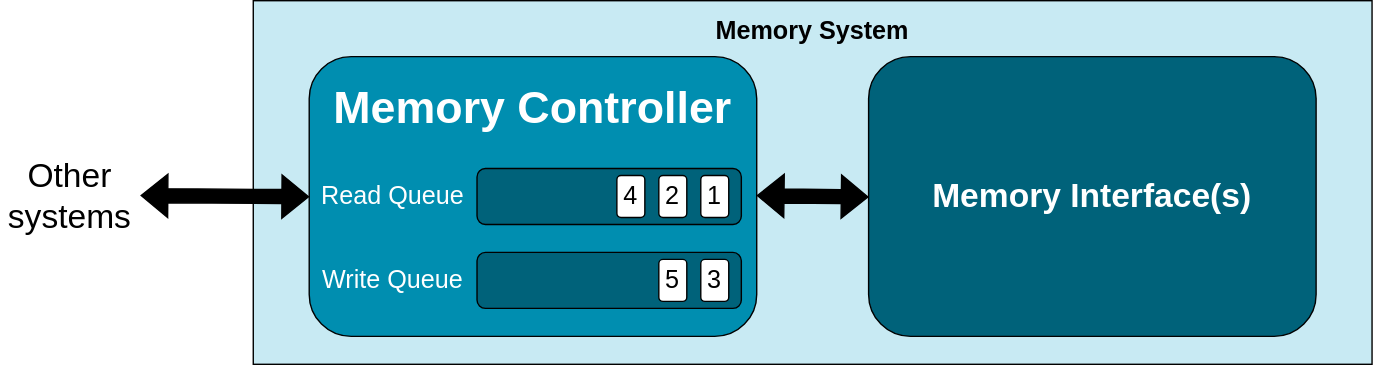
Above: slides/02-Using-gem5/06-memory-imgs/memory-controller-queues.drawio.svg in huydinhtran/gem5-2024-bootcamp (draw.io), before the change. Source tidied: cells renumbered, new cells last; positions are measured from the earlier drawing's top-left corner, leaving out a move shared by most shapes. The source it was exported from:
```xml
<mxGraphModel>
  <root>
    <mxCell id="0" />
    <mxCell id="1" parent="0" />
    <mxCell id="2" value="&lt;p style=&quot;line-height: 60%;&quot;&gt;&lt;font style=&quot;font-size: 18px;&quot;&gt;Memory System&lt;/font&gt;&lt;br style=&quot;font-size: 12px;&quot;&gt;&lt;/p&gt;" style="rounded=0;whiteSpace=wrap;fillColor=#C8EAF3;verticalAlign=top;fontColor=#000000;fontSize=12;horizontal=1;fontStyle=1;html=1;" parent="1" vertex="1">
      <mxGeometry x="181" width="800" height="260" as="geometry" />
    </mxCell>
    <mxCell id="3" value="&lt;p style=&quot;line-height: 300%;&quot;&gt;&lt;b style=&quot;color: rgb(255, 255, 255); background-color: initial;&quot;&gt;&lt;font style=&quot;font-size: 32px;&quot;&gt;Memory Controller&lt;/font&gt;&lt;/b&gt;&lt;br&gt;&lt;/p&gt;" style="rounded=1;whiteSpace=wrap;html=1;fillColor=#008EB0;verticalAlign=top;" parent="1" vertex="1">
      <mxGeometry x="221" y="40" width="320" height="200" as="geometry" />
    </mxCell>
    <mxCell id="4" style="rounded=1;whiteSpace=wrap;html=1;fillColor=#00627A;" parent="1" vertex="1">
      <mxGeometry x="341" y="120" width="189" height="40" as="geometry" />
    </mxCell>
    <mxCell id="5" value="&lt;font style=&quot;font-size: 18px;&quot;&gt;4&lt;/font&gt;" style="rounded=1;whiteSpace=wrap;html=1;" parent="1" vertex="1">
      <mxGeometry x="441" y="125" width="20" height="30" as="geometry" />
    </mxCell>
    <mxCell id="6" value="&lt;font color=&quot;#ffffff&quot; style=&quot;font-size: 18px;&quot;&gt;Read Queue&lt;/font&gt;" style="text;html=1;align=center;verticalAlign=middle;whiteSpace=wrap;rounded=0;" parent="1" vertex="1">
      <mxGeometry x="221" y="125" width="120" height="30" as="geometry" />
    </mxCell>
    <mxCell id="7" value="&lt;font style=&quot;font-size: 24px;&quot;&gt;Other systems&lt;/font&gt;" style="text;html=1;align=center;verticalAlign=middle;whiteSpace=wrap;rounded=0;fontSize=24;" parent="1" vertex="1">
      <mxGeometry x="0.4" y="80" width="100" height="120" as="geometry" />
    </mxCell>
    <mxCell id="8" value="&lt;font style=&quot;font-size: 18px;&quot;&gt;2&lt;/font&gt;" style="rounded=1;whiteSpace=wrap;html=1;" parent="1" vertex="1">
      <mxGeometry x="471" y="125" width="20" height="30" as="geometry" />
    </mxCell>
    <mxCell id="9" value="&lt;font style=&quot;font-size: 18px;&quot;&gt;1&lt;/font&gt;" style="rounded=1;whiteSpace=wrap;html=1;" parent="1" vertex="1">
      <mxGeometry x="501" y="125" width="20" height="30" as="geometry" />
    </mxCell>
    <mxCell id="10" style="rounded=1;whiteSpace=wrap;html=1;fillColor=#00627A;" parent="1" vertex="1">
      <mxGeometry x="341" y="180" width="189" height="40" as="geometry" />
    </mxCell>
    <mxCell id="11" value="&lt;font color=&quot;#ffffff&quot; style=&quot;font-size: 18px;&quot;&gt;Write Queue&lt;/font&gt;" style="text;html=1;align=center;verticalAlign=middle;whiteSpace=wrap;rounded=0;" parent="1" vertex="1">
      <mxGeometry x="221" y="185" width="120" height="30" as="geometry" />
    </mxCell>
    <mxCell id="12" value="&lt;font style=&quot;font-size: 18px;&quot;&gt;5&lt;/font&gt;" style="rounded=1;whiteSpace=wrap;html=1;" parent="1" vertex="1">
      <mxGeometry x="471" y="185" width="20" height="30" as="geometry" />
    </mxCell>
    <mxCell id="13" value="&lt;font style=&quot;font-size: 18px;&quot;&gt;3&lt;/font&gt;" style="rounded=1;whiteSpace=wrap;html=1;" parent="1" vertex="1">
      <mxGeometry x="501" y="185" width="20" height="30" as="geometry" />
    </mxCell>
    <mxCell id="14" style="shape=flexArrow;endArrow=classic;startArrow=classic;html=1;rounded=0;fillColor=#000000;entryX=0.002;entryY=0.604;entryDx=0;entryDy=0;entryPerimeter=0;" parent="1" edge="1">
      <mxGeometry relative="1" as="geometry">
        <mxPoint x="100.4" y="139.4" as="sourcePoint" />
        <mxPoint x="221" y="140.2" as="targetPoint" />
      </mxGeometry>
    </mxCell>
    <mxCell id="15" style="shape=flexArrow;endArrow=classic;startArrow=classic;html=1;rounded=0;fillColor=#000000;" parent="1" edge="1">
      <mxGeometry relative="1" as="geometry">
        <mxPoint x="541" y="139.4" as="sourcePoint" />
        <mxPoint x="621" y="140.4" as="targetPoint" />
      </mxGeometry>
    </mxCell>
    <mxCell id="16" value="&lt;font style=&quot;font-size: 24px;&quot; color=&quot;#ffffff&quot;&gt;Memory Interface(s)&lt;/font&gt;" style="rounded=1;whiteSpace=wrap;html=1;fillColor=#00627A;horizontal=1;fontStyle=1;" parent="1" vertex="1">
      <mxGeometry x="621" y="40" width="320" height="200" as="geometry" />
    </mxCell>
  </root>
</mxGraphModel>
```
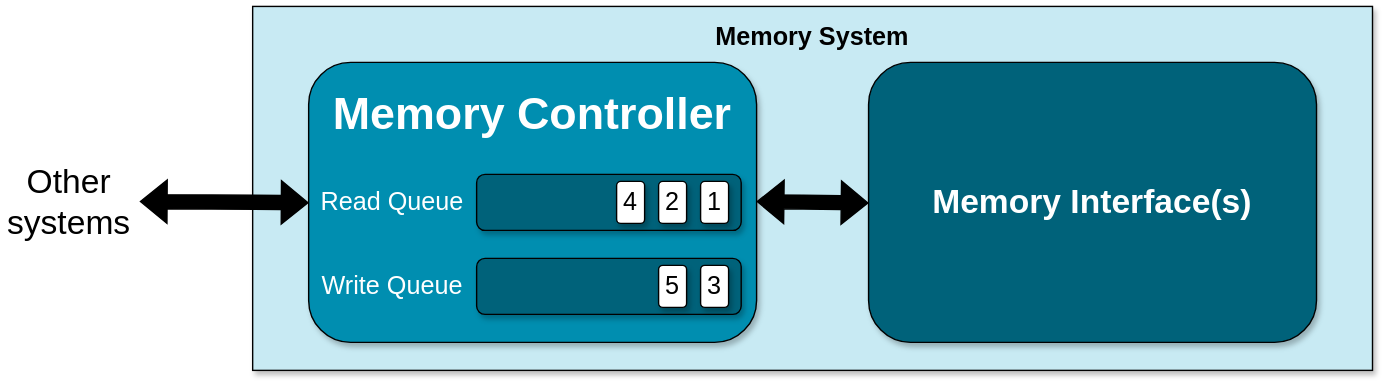
The same diagram one commit later.

Change to the diagram source:
```diff
@@ -2,16 +2,16 @@
   <root>
     <mxCell id="0" />
     <mxCell id="1" parent="0" />
-    <mxCell id="2" value="&lt;p style=&quot;line-height: 60%;&quot;&gt;&lt;font style=&quot;font-size: 18px;&quot;&gt;Memory System&lt;/font&gt;&lt;br style=&quot;font-size: 12px;&quot;&gt;&lt;/p&gt;" style="rounded=0;whiteSpace=wrap;fillColor=#C8EAF3;verticalAlign=top;fontColor=#000000;fontSize=12;horizontal=1;fontStyle=1;html=1;" parent="1" vertex="1">
+    <mxCell id="2" value="&lt;p style=&quot;line-height: 60%;&quot;&gt;&lt;font style=&quot;font-size: 18px;&quot;&gt;Memory System&lt;/font&gt;&lt;br style=&quot;font-size: 12px;&quot;&gt;&lt;/p&gt;" style="rounded=0;whiteSpace=wrap;fillColor=#C8EAF3;verticalAlign=top;fontColor=#000000;fontSize=12;horizontal=1;fontStyle=1;html=1;shadow=1;" parent="1" vertex="1">
       <mxGeometry x="181" width="800" height="260" as="geometry" />
     </mxCell>
-    <mxCell id="3" value="&lt;p style=&quot;line-height: 300%;&quot;&gt;&lt;b style=&quot;color: rgb(255, 255, 255); background-color: initial;&quot;&gt;&lt;font style=&quot;font-size: 32px;&quot;&gt;Memory Controller&lt;/font&gt;&lt;/b&gt;&lt;br&gt;&lt;/p&gt;" style="rounded=1;whiteSpace=wrap;html=1;fillColor=#008EB0;verticalAlign=top;" parent="1" vertex="1">
+    <mxCell id="3" value="&lt;p style=&quot;line-height: 300%;&quot;&gt;&lt;b style=&quot;color: rgb(255, 255, 255); background-color: initial;&quot;&gt;&lt;font style=&quot;font-size: 32px;&quot;&gt;Memory Controller&lt;/font&gt;&lt;/b&gt;&lt;br&gt;&lt;/p&gt;" style="rounded=1;whiteSpace=wrap;html=1;fillColor=#008EB0;verticalAlign=top;shadow=1;" parent="1" vertex="1">
       <mxGeometry x="221" y="40" width="320" height="200" as="geometry" />
     </mxCell>
-    <mxCell id="4" style="rounded=1;whiteSpace=wrap;html=1;fillColor=#00627A;" parent="1" vertex="1">
+    <mxCell id="4" style="rounded=1;whiteSpace=wrap;html=1;fillColor=#00627A;shadow=1;" parent="1" vertex="1">
       <mxGeometry x="341" y="120" width="189" height="40" as="geometry" />
     </mxCell>
-    <mxCell id="5" value="&lt;font style=&quot;font-size: 18px;&quot;&gt;4&lt;/font&gt;" style="rounded=1;whiteSpace=wrap;html=1;" parent="1" vertex="1">
+    <mxCell id="5" value="&lt;font style=&quot;font-size: 18px;&quot;&gt;4&lt;/font&gt;" style="rounded=1;whiteSpace=wrap;html=1;shadow=1;" parent="1" vertex="1">
       <mxGeometry x="441" y="125" width="20" height="30" as="geometry" />
     </mxCell>
     <mxCell id="6" value="&lt;font color=&quot;#ffffff&quot; style=&quot;font-size: 18px;&quot;&gt;Read Queue&lt;/font&gt;" style="text;html=1;align=center;verticalAlign=middle;whiteSpace=wrap;rounded=0;" parent="1" vertex="1">
@@ -20,22 +20,22 @@
     <mxCell id="7" value="&lt;font style=&quot;font-size: 24px;&quot;&gt;Other systems&lt;/font&gt;" style="text;html=1;align=center;verticalAlign=middle;whiteSpace=wrap;rounded=0;fontSize=24;" parent="1" vertex="1">
       <mxGeometry x="0.4" y="80" width="100" height="120" as="geometry" />
     </mxCell>
-    <mxCell id="8" value="&lt;font style=&quot;font-size: 18px;&quot;&gt;2&lt;/font&gt;" style="rounded=1;whiteSpace=wrap;html=1;" parent="1" vertex="1">
+    <mxCell id="8" value="&lt;font style=&quot;font-size: 18px;&quot;&gt;2&lt;/font&gt;" style="rounded=1;whiteSpace=wrap;html=1;shadow=1;" parent="1" vertex="1">
       <mxGeometry x="471" y="125" width="20" height="30" as="geometry" />
     </mxCell>
-    <mxCell id="9" value="&lt;font style=&quot;font-size: 18px;&quot;&gt;1&lt;/font&gt;" style="rounded=1;whiteSpace=wrap;html=1;" parent="1" vertex="1">
+    <mxCell id="9" value="&lt;font style=&quot;font-size: 18px;&quot;&gt;1&lt;/font&gt;" style="rounded=1;whiteSpace=wrap;html=1;shadow=1;" parent="1" vertex="1">
       <mxGeometry x="501" y="125" width="20" height="30" as="geometry" />
     </mxCell>
-    <mxCell id="10" style="rounded=1;whiteSpace=wrap;html=1;fillColor=#00627A;" parent="1" vertex="1">
+    <mxCell id="10" style="rounded=1;whiteSpace=wrap;html=1;fillColor=#00627A;shadow=1;" parent="1" vertex="1">
       <mxGeometry x="341" y="180" width="189" height="40" as="geometry" />
     </mxCell>
     <mxCell id="11" value="&lt;font color=&quot;#ffffff&quot; style=&quot;font-size: 18px;&quot;&gt;Write Queue&lt;/font&gt;" style="text;html=1;align=center;verticalAlign=middle;whiteSpace=wrap;rounded=0;" parent="1" vertex="1">
       <mxGeometry x="221" y="185" width="120" height="30" as="geometry" />
     </mxCell>
-    <mxCell id="12" value="&lt;font style=&quot;font-size: 18px;&quot;&gt;5&lt;/font&gt;" style="rounded=1;whiteSpace=wrap;html=1;" parent="1" vertex="1">
+    <mxCell id="12" value="&lt;font style=&quot;font-size: 18px;&quot;&gt;5&lt;/font&gt;" style="rounded=1;whiteSpace=wrap;html=1;shadow=1;" parent="1" vertex="1">
       <mxGeometry x="471" y="185" width="20" height="30" as="geometry" />
     </mxCell>
-    <mxCell id="13" value="&lt;font style=&quot;font-size: 18px;&quot;&gt;3&lt;/font&gt;" style="rounded=1;whiteSpace=wrap;html=1;" parent="1" vertex="1">
+    <mxCell id="13" value="&lt;font style=&quot;font-size: 18px;&quot;&gt;3&lt;/font&gt;" style="rounded=1;whiteSpace=wrap;html=1;shadow=1;" parent="1" vertex="1">
       <mxGeometry x="501" y="185" width="20" height="30" as="geometry" />
     </mxCell>
     <mxCell id="14" style="shape=flexArrow;endArrow=classic;startArrow=classic;html=1;rounded=0;fillColor=#000000;entryX=0.002;entryY=0.604;entryDx=0;entryDy=0;entryPerimeter=0;" parent="1" edge="1">
@@ -50,7 +50,7 @@
         <mxPoint x="621" y="140.4" as="targetPoint" />
       </mxGeometry>
     </mxCell>
-    <mxCell id="16" value="&lt;font style=&quot;font-size: 24px;&quot; color=&quot;#ffffff&quot;&gt;Memory Interface(s)&lt;/font&gt;" style="rounded=1;whiteSpace=wrap;html=1;fillColor=#00627A;horizontal=1;fontStyle=1;" parent="1" vertex="1">
+    <mxCell id="16" value="&lt;font style=&quot;font-size: 24px;&quot; color=&quot;#ffffff&quot;&gt;Memory Interface(s)&lt;/font&gt;" style="rounded=1;whiteSpace=wrap;html=1;fillColor=#00627A;horizontal=1;fontStyle=1;shadow=1;" parent="1" vertex="1">
       <mxGeometry x="621" y="40" width="320" height="200" as="geometry" />
     </mxCell>
   </root>
```
